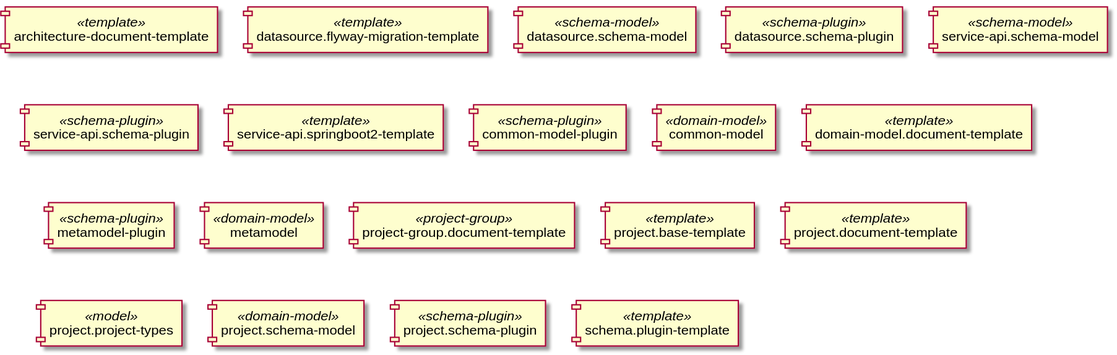
This is doc/image/project-dependency-graph.svg from laplacian-core/projects, a PlantUML export, as it was before one commit.
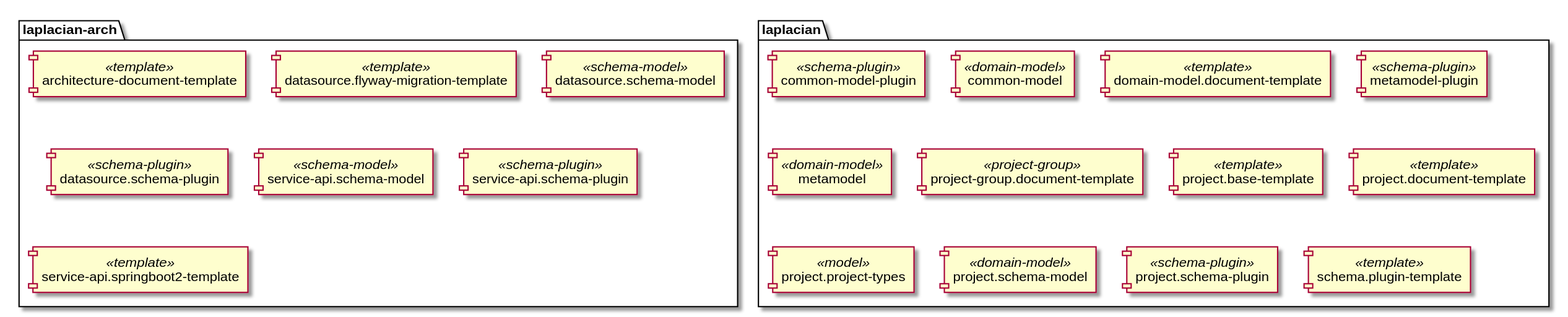
Later version of the same file.

Commit message:
fix the project component diagram

Diff of the diagram source:
```diff
@@ -1,24 +1,27 @@
 @startuml
 
-[architecture-document-template] <<template>>
-[datasource.flyway-migration-template] <<template>>
-[datasource.schema-model] <<schema-model>>
-[datasource.schema-plugin] <<schema-plugin>>
-[service-api.schema-model] <<schema-model>>
-[service-api.schema-plugin] <<schema-plugin>>
-[service-api.springboot2-template] <<template>>
-[common-model-plugin] <<schema-plugin>>
-[common-model] <<domain-model>>
-[domain-model.document-template] <<template>>
-[metamodel-plugin] <<schema-plugin>>
-[metamodel] <<domain-model>>
-[project-group.document-template] <<project-group>>
-[project.base-template] <<template>>
-[project.document-template] <<template>>
-[project.project-types] <<model>>
-[project.schema-model] <<domain-model>>
-[project.schema-plugin] <<schema-plugin>>
-[schema.plugin-template] <<template>>
-
+package "laplacian-arch" {
+  [architecture-document-template] <<template>>
+  [datasource.flyway-migration-template] <<template>>
+  [datasource.schema-model] <<schema-model>>
+  [datasource.schema-plugin] <<schema-plugin>>
+  [service-api.schema-model] <<schema-model>>
+  [service-api.schema-plugin] <<schema-plugin>>
+  [service-api.springboot2-template] <<template>>
+}
+package "laplacian" {
+  [common-model-plugin] <<schema-plugin>>
+  [common-model] <<domain-model>>
+  [domain-model.document-template] <<template>>
+  [metamodel-plugin] <<schema-plugin>>
+  [metamodel] <<domain-model>>
+  [project-group.document-template] <<project-group>>
+  [project.base-template] <<template>>
+  [project.document-template] <<template>>
+  [project.project-types] <<model>>
+  [project.schema-model] <<domain-model>>
+  [project.schema-plugin] <<schema-plugin>>
+  [schema.plugin-template] <<template>>
+}
 
 @enduml
```
